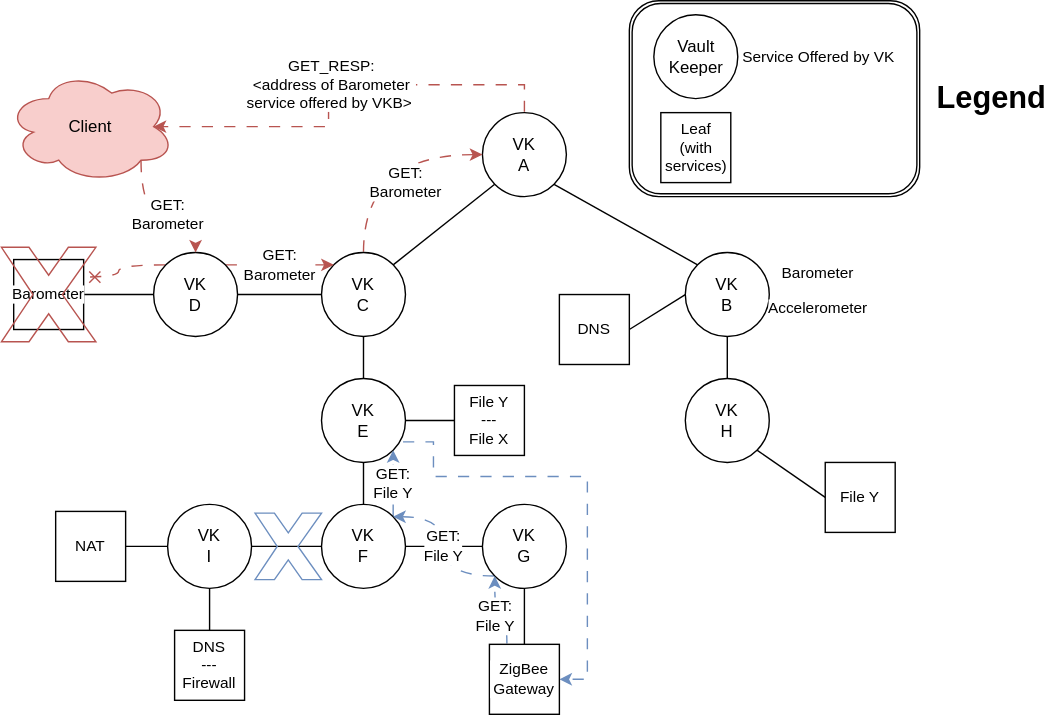
Before: img/Orv.drawio.svg, a diagram exported from draw.io (rflandau/Orv). Source tidied: cells renumbered, new cells last; positions are measured from the earlier drawing's top-left corner, leaving out a move shared by most shapes.
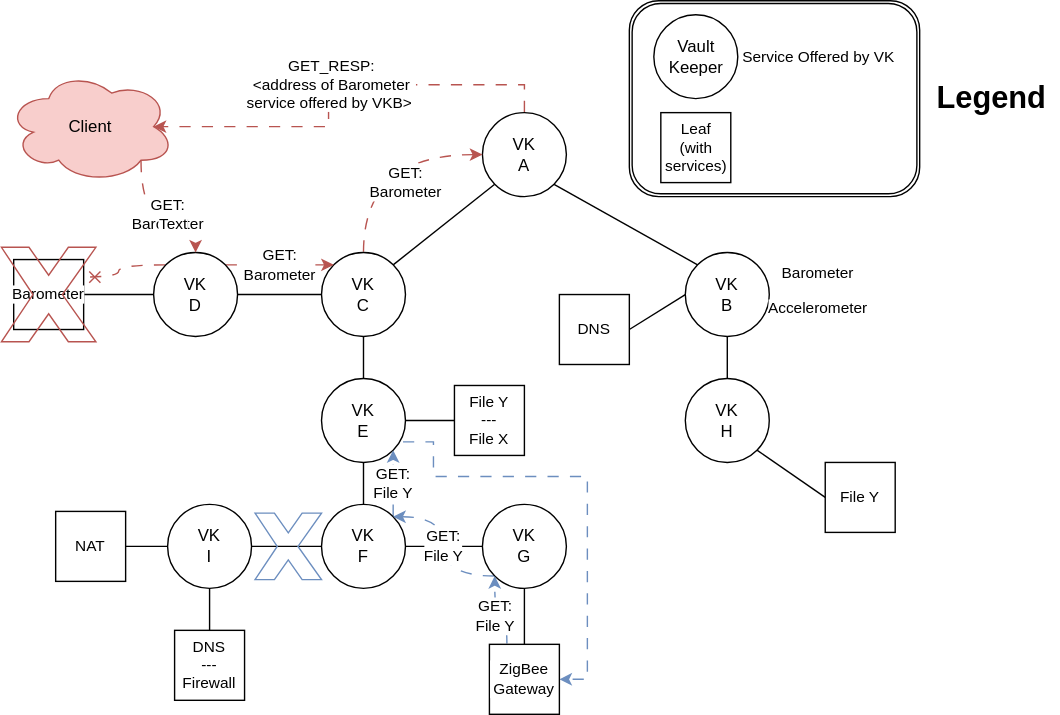
The same diagram one commit later.

Commit message:
correct text background color

What changed in the source:
```diff
@@ -23,7 +23,7 @@
     <mxCell id="8" style="edgeStyle=none;shape=connector;rounded=0;jettySize=auto;html=1;exitX=0.5;exitY=1;exitDx=0;exitDy=0;entryX=0.5;entryY=0;entryDx=0;entryDy=0;strokeColor=default;align=center;verticalAlign=middle;fontFamily=Helvetica;fontSize=11;fontColor=default;labelBackgroundColor=default;startFill=0;endArrow=none;flowAnimation=0;" parent="1" edge="1" source="10" target="17">
       <mxGeometry relative="1" as="geometry" />
     </mxCell>
-    <mxCell id="9" value="&lt;span style=&quot;color: rgb(0, 0, 0); font-family: Helvetica; font-size: 11px; font-style: normal; font-variant-ligatures: normal; font-variant-caps: normal; font-weight: 400; letter-spacing: normal; orphans: 2; text-align: center; text-indent: 0px; text-transform: none; widows: 2; word-spacing: 0px; -webkit-text-stroke-width: 0px; white-space: nowrap; background-color: rgb(255, 255, 255); text-decoration-thickness: initial; text-decoration-style: initial; text-decoration-color: initial; display: inline !important; float: none;&quot;&gt;GET:&lt;/span&gt;&lt;br style=&quot;forced-color-adjust: none; color: rgb(0, 0, 0); font-family: Helvetica; font-size: 11px; font-style: normal; font-variant-ligatures: normal; font-variant-caps: normal; font-weight: 400; letter-spacing: normal; orphans: 2; text-align: center; text-indent: 0px; text-transform: none; widows: 2; word-spacing: 0px; -webkit-text-stroke-width: 0px; white-space: nowrap; text-decoration-thickness: initial; text-decoration-style: initial; text-decoration-color: initial;&quot;&gt;&lt;span style=&quot;color: rgb(0, 0, 0); font-family: Helvetica; font-size: 11px; font-style: normal; font-variant-ligatures: normal; font-variant-caps: normal; font-weight: 400; letter-spacing: normal; orphans: 2; text-align: center; text-indent: 0px; text-transform: none; widows: 2; word-spacing: 0px; -webkit-text-stroke-width: 0px; white-space: nowrap; background-color: rgb(255, 255, 255); text-decoration-thickness: initial; text-decoration-style: initial; text-decoration-color: initial; display: inline !important; float: none;&quot;&gt;Barometer&lt;/span&gt;" style="edgeStyle=orthogonalEdgeStyle;shape=connector;curved=1;rounded=0;jettySize=auto;html=1;exitX=0.5;exitY=0;exitDx=0;exitDy=0;entryX=0;entryY=0.5;entryDx=0;entryDy=0;strokeColor=#b85450;align=center;verticalAlign=middle;fontFamily=Helvetica;fontSize=11;fontColor=default;labelBackgroundColor=default;startFill=0;endArrow=classic;endFill=1;flowAnimation=1;fillColor=#f8cecc;" parent="1" edge="1" source="10" target="4">
+    <mxCell id="9" value="&lt;span&gt;&lt;span style=&quot;color: rgb(0, 0, 0); font-family: Helvetica; font-size: 11px; font-style: normal; font-variant-ligatures: normal; font-variant-caps: normal; font-weight: 400; letter-spacing: normal; orphans: 2; text-align: center; text-indent: 0px; text-transform: none; widows: 2; word-spacing: 0px; -webkit-text-stroke-width: 0px; white-space: nowrap; text-decoration-thickness: initial; text-decoration-style: initial; text-decoration-color: initial; float: none; display: inline !important; background-color: rgb(255, 255, 255);&quot;&gt;GET:&lt;/span&gt;&lt;br style=&quot;forced-color-adjust: none; color: rgb(0, 0, 0); font-family: Helvetica; font-size: 11px; font-style: normal; font-variant-ligatures: normal; font-variant-caps: normal; font-weight: 400; letter-spacing: normal; orphans: 2; text-align: center; text-indent: 0px; text-transform: none; widows: 2; word-spacing: 0px; -webkit-text-stroke-width: 0px; white-space: nowrap; text-decoration-thickness: initial; text-decoration-style: initial; text-decoration-color: initial;&quot;&gt;&lt;span style=&quot;color: rgb(0, 0, 0); font-family: Helvetica; font-size: 11px; font-style: normal; font-variant-ligatures: normal; font-variant-caps: normal; font-weight: 400; letter-spacing: normal; orphans: 2; text-align: center; text-indent: 0px; text-transform: none; widows: 2; word-spacing: 0px; -webkit-text-stroke-width: 0px; white-space: nowrap; text-decoration-thickness: initial; text-decoration-style: initial; text-decoration-color: initial; float: none; display: inline !important; background-color: rgb(255, 255, 255);&quot;&gt;Barometer&lt;/span&gt;&lt;/span&gt;" style="edgeStyle=orthogonalEdgeStyle;shape=connector;curved=1;rounded=0;jettySize=auto;html=1;exitX=0.5;exitY=0;exitDx=0;exitDy=0;entryX=0;entryY=0.5;entryDx=0;entryDy=0;strokeColor=#b85450;align=center;verticalAlign=middle;fontFamily=Helvetica;fontSize=11;fontColor=default;labelBackgroundColor=default;startFill=0;endArrow=classic;endFill=1;flowAnimation=1;fillColor=#f8cecc;" parent="1" edge="1" source="10" target="4">
       <mxGeometry x="0.29" y="-20" relative="1" as="geometry" />
     </mxCell>
     <mxCell id="10" value="VK&lt;br&gt;&lt;div&gt;C&lt;/div&gt;" style="ellipse;whiteSpace=wrap;html=1;" parent="1" vertex="1">
@@ -32,7 +32,7 @@
     <mxCell id="11" style="edgeStyle=none;shape=connector;rounded=0;jettySize=auto;html=1;exitX=0;exitY=0.5;exitDx=0;exitDy=0;entryX=1;entryY=0.5;entryDx=0;entryDy=0;strokeColor=default;align=center;verticalAlign=middle;fontFamily=Helvetica;fontSize=11;fontColor=default;labelBackgroundColor=default;startFill=0;endArrow=none;flowAnimation=0;" parent="1" edge="1" source="14" target="35">
       <mxGeometry relative="1" as="geometry" />
     </mxCell>
-    <mxCell id="12" value="&lt;span style=&quot;color: rgb(0, 0, 0); font-family: Helvetica; font-size: 11px; font-style: normal; font-variant-ligatures: normal; font-variant-caps: normal; font-weight: 400; letter-spacing: normal; orphans: 2; text-align: center; text-indent: 0px; text-transform: none; widows: 2; word-spacing: 0px; -webkit-text-stroke-width: 0px; white-space: nowrap; background-color: rgb(255, 255, 255); text-decoration-thickness: initial; text-decoration-style: initial; text-decoration-color: initial; display: inline !important; float: none;&quot;&gt;GET:&lt;/span&gt;&lt;br style=&quot;forced-color-adjust: none; color: rgb(0, 0, 0); font-family: Helvetica; font-size: 11px; font-style: normal; font-variant-ligatures: normal; font-variant-caps: normal; font-weight: 400; letter-spacing: normal; orphans: 2; text-align: center; text-indent: 0px; text-transform: none; widows: 2; word-spacing: 0px; -webkit-text-stroke-width: 0px; white-space: nowrap; text-decoration-thickness: initial; text-decoration-style: initial; text-decoration-color: initial;&quot;&gt;&lt;span style=&quot;color: rgb(0, 0, 0); font-family: Helvetica; font-size: 11px; font-style: normal; font-variant-ligatures: normal; font-variant-caps: normal; font-weight: 400; letter-spacing: normal; orphans: 2; text-align: center; text-indent: 0px; text-transform: none; widows: 2; word-spacing: 0px; -webkit-text-stroke-width: 0px; white-space: nowrap; background-color: rgb(255, 255, 255); text-decoration-thickness: initial; text-decoration-style: initial; text-decoration-color: initial; display: inline !important; float: none;&quot;&gt;Barometer&lt;/span&gt;" style="edgeStyle=orthogonalEdgeStyle;shape=connector;curved=1;rounded=0;jettySize=auto;html=1;exitX=1;exitY=0;exitDx=0;exitDy=0;entryX=0;entryY=0;entryDx=0;entryDy=0;strokeColor=#b85450;align=center;verticalAlign=middle;fontFamily=Helvetica;fontSize=11;fontColor=default;labelBackgroundColor=default;startFill=0;endArrow=classic;endFill=1;flowAnimation=1;fillColor=#f8cecc;" parent="1" edge="1" source="14" target="10">
+    <mxCell id="12" value="&lt;span&gt;&lt;span style=&quot;color: rgb(0, 0, 0); font-family: Helvetica; font-size: 11px; font-style: normal; font-variant-ligatures: normal; font-variant-caps: normal; font-weight: 400; letter-spacing: normal; orphans: 2; text-align: center; text-indent: 0px; text-transform: none; widows: 2; word-spacing: 0px; -webkit-text-stroke-width: 0px; white-space: nowrap; text-decoration-thickness: initial; text-decoration-style: initial; text-decoration-color: initial; float: none; display: inline !important; background-color: rgb(255, 255, 255);&quot;&gt;GET:&lt;/span&gt;&lt;br style=&quot;forced-color-adjust: none; color: rgb(0, 0, 0); font-family: Helvetica; font-size: 11px; font-style: normal; font-variant-ligatures: normal; font-variant-caps: normal; font-weight: 400; letter-spacing: normal; orphans: 2; text-align: center; text-indent: 0px; text-transform: none; widows: 2; word-spacing: 0px; -webkit-text-stroke-width: 0px; white-space: nowrap; text-decoration-thickness: initial; text-decoration-style: initial; text-decoration-color: initial;&quot;&gt;&lt;span style=&quot;color: rgb(0, 0, 0); font-family: Helvetica; font-size: 11px; font-style: normal; font-variant-ligatures: normal; font-variant-caps: normal; font-weight: 400; letter-spacing: normal; orphans: 2; text-align: center; text-indent: 0px; text-transform: none; widows: 2; word-spacing: 0px; -webkit-text-stroke-width: 0px; white-space: nowrap; text-decoration-thickness: initial; text-decoration-style: initial; text-decoration-color: initial; float: none; display: inline !important; background-color: rgb(255, 255, 255);&quot;&gt;Barometer&lt;/span&gt;&lt;/span&gt;" style="edgeStyle=orthogonalEdgeStyle;shape=connector;curved=1;rounded=0;jettySize=auto;html=1;exitX=1;exitY=0;exitDx=0;exitDy=0;entryX=0;entryY=0;entryDx=0;entryDy=0;strokeColor=#b85450;align=center;verticalAlign=middle;fontFamily=Helvetica;fontSize=11;fontColor=default;labelBackgroundColor=default;startFill=0;endArrow=classic;endFill=1;flowAnimation=1;fillColor=#f8cecc;" parent="1" edge="1" source="14" target="10">
       <mxGeometry relative="1" as="geometry" />
     </mxCell>
     <mxCell id="13" style="edgeStyle=orthogonalEdgeStyle;shape=connector;curved=1;rounded=0;jettySize=auto;html=1;exitX=0;exitY=0;exitDx=0;exitDy=0;entryX=1;entryY=0.25;entryDx=0;entryDy=0;strokeColor=#b85450;align=center;verticalAlign=middle;fontFamily=Helvetica;fontSize=11;fontColor=default;labelBackgroundColor=default;startFill=0;endArrow=cross;endFill=0;flowAnimation=1;fillColor=#f8cecc;" parent="1" edge="1" source="14" target="35">
@@ -135,6 +135,9 @@
     <mxCell id="43" value="GET:&lt;br&gt;Barometer" style="edgeLabel;html=1;align=center;verticalAlign=middle;" parent="42" vertex="1">
       <mxGeometry x="0.14" y="2" relative="1" as="geometry" />
     </mxCell>
+    <mxCell id="54" value="Text" style="edgeLabel;html=1;align=center;verticalAlign=middle;" parent="42" vertex="1">
+      <mxGeometry x="0.22" y="-5" relative="1" as="geometry" />
+    </mxCell>
     <mxCell id="44" style="verticalLabelPosition=bottom;verticalAlign=top;html=1;shape=mxgraph.basic.x;fontFamily=Helvetica;fontSize=11;labelBackgroundColor=default;fillColor=none;strokeColor=#b85450;" parent="1" vertex="1">
       <mxGeometry x="0.2" y="176.2" width="67.5" height="67.5" as="geometry" />
     </mxCell>
@@ -159,7 +162,7 @@
     <mxCell id="51" value="&lt;h1 style=&quot;margin-top: 0px;&quot;&gt;Legend&lt;/h1&gt;" style="text;html=1;whiteSpace=wrap;overflow=hidden;rounded=0;fontFamily=Helvetica;fontSize=11;fontColor=default;labelBackgroundColor=default;" parent="46" vertex="1">
       <mxGeometry x="217.5" y="50" width="90" height="40" as="geometry" />
     </mxCell>
-    <mxCell id="52" value="GET_RESP:&lt;br&gt;&amp;lt;address of Barometer&lt;div&gt;service offered by VKB&amp;gt;&amp;nbsp;&lt;/div&gt;" style="shape=connector;rounded=0;jettySize=auto;html=1;strokeColor=#b85450;align=center;verticalAlign=middle;fontFamily=Helvetica;fontSize=11;fontColor=default;labelBackgroundColor=default;startFill=0;endArrow=classic;endFill=1;flowAnimation=1;fillColor=#f8cecc;exitX=0.5;exitY=0;exitDx=0;exitDy=0;entryX=0.875;entryY=0.5;entryDx=0;entryDy=0;shadow=0;edgeStyle=orthogonalEdgeStyle;entryPerimeter=0;" parent="1" edge="1" source="4" target="53">
+    <mxCell id="52" value="&lt;span&gt;GET_RESP:&lt;br&gt;&amp;lt;address of Barometer&lt;/span&gt;&lt;div&gt;&lt;span&gt;service offered by VKB&amp;gt;&amp;nbsp;&lt;/span&gt;&lt;/div&gt;" style="shape=connector;rounded=0;jettySize=auto;html=1;strokeColor=#b85450;align=center;verticalAlign=middle;fontFamily=Helvetica;fontSize=11;fontColor=default;labelBackgroundColor=default;startFill=0;endArrow=classic;endFill=1;flowAnimation=1;fillColor=#f8cecc;exitX=0.5;exitY=0;exitDx=0;exitDy=0;entryX=0.875;entryY=0.5;entryDx=0;entryDy=0;shadow=0;edgeStyle=orthogonalEdgeStyle;entryPerimeter=0;" parent="1" edge="1" source="4" target="53">
       <mxGeometry relative="1" as="geometry" />
     </mxCell>
     <mxCell id="53" value="Client" style="ellipse;shape=cloud;whiteSpace=wrap;html=1;fillColor=#f8cecc;strokeColor=#b85450;" parent="1" vertex="1">
```
